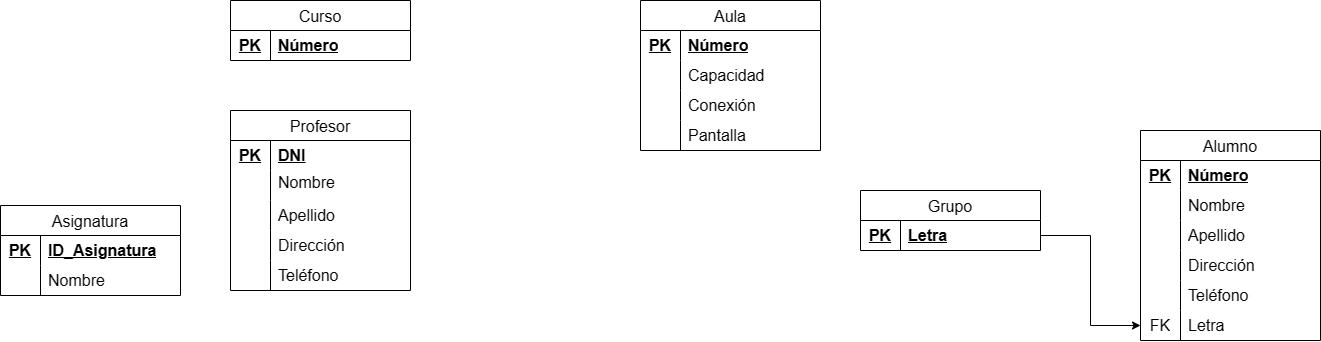
Before: modelo-relacional/modelo_relacional_evaluable2.drawio.png, a diagram exported from draw.io (JesusLugo2002/BAE). Source tidied: cells renumbered, new cells last; positions are measured from the earlier drawing's top-left corner, leaving out a move shared by most shapes.
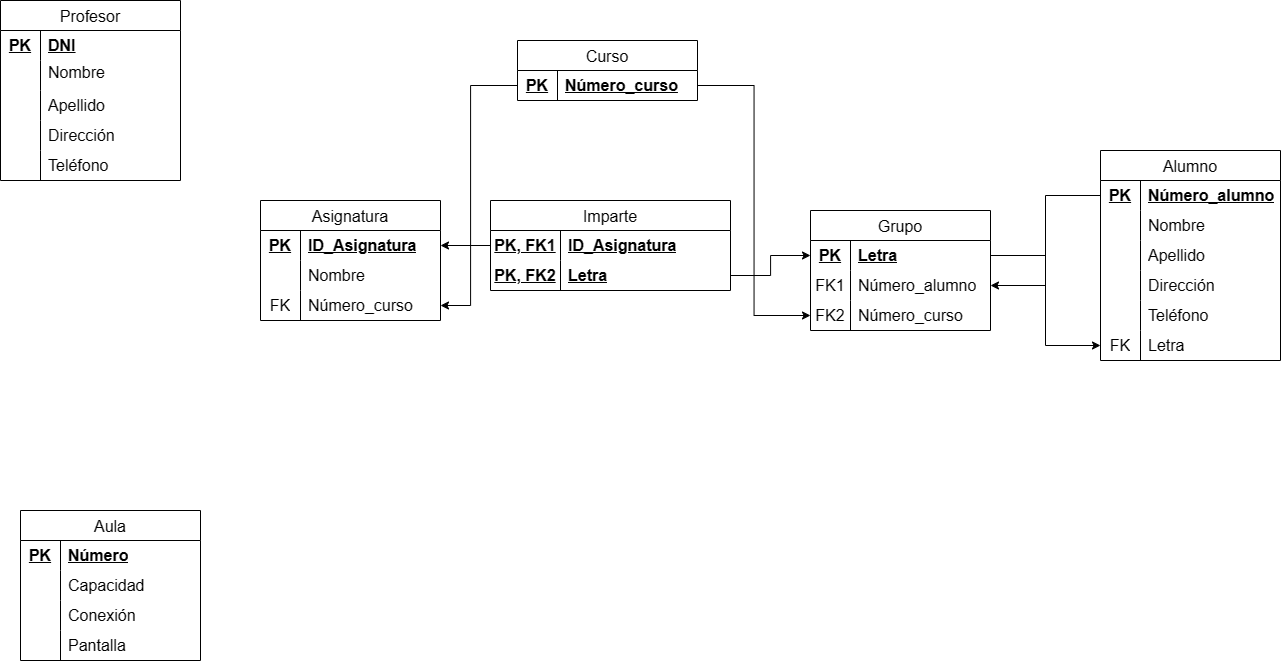
The same file after the commit.

What changed in the source:
```diff
@@ -3,7 +3,7 @@
     <mxCell id="0" />
     <mxCell id="1" parent="0" />
     <mxCell id="2" value="Curso" style="shape=table;startSize=30;rowLines=0;fontStyle=0;strokeColor=default;fontSize=16;" parent="1" vertex="1">
-      <mxGeometry x="230" width="180" height="60" as="geometry" />
+      <mxGeometry x="557" y="20" width="180" height="60" as="geometry" />
     </mxCell>
     <mxCell id="3" style="shape=tableRow;horizontal=0;startSize=0;swimlaneHead=0;swimlaneBody=0;top=0;left=0;bottom=0;right=0;fillColor=none;points=[[0,0.5],[1,0.5]];portConstraint=eastwest;strokeColor=inherit;fontSize=16;" parent="2" vertex="1">
       <mxGeometry y="30" width="180" height="30" as="geometry" />
@@ -11,11 +11,11 @@
     <mxCell id="4" value="PK&lt;span style=&quot;white-space: pre;&quot;&gt;&#9;&lt;/span&gt;" style="shape=partialRectangle;html=1;whiteSpace=wrap;fillColor=none;top=0;left=0;bottom=0;right=0;overflow=hidden;strokeColor=inherit;fontSize=16;fontStyle=5;" parent="3" vertex="1">
       <mxGeometry width="40" height="30" as="geometry" />
     </mxCell>
-    <mxCell id="5" value="Número" style="shape=partialRectangle;html=1;whiteSpace=wrap;fillColor=none;top=0;left=0;bottom=0;right=0;align=left;spacingLeft=6;overflow=hidden;strokeColor=inherit;fontSize=16;fontStyle=5;" parent="3" vertex="1">
+    <mxCell id="5" value="Número_curso" style="shape=partialRectangle;html=1;whiteSpace=wrap;fillColor=none;top=0;left=0;bottom=0;right=0;align=left;spacingLeft=6;overflow=hidden;strokeColor=inherit;fontSize=16;fontStyle=5;" parent="3" vertex="1">
       <mxGeometry x="40" width="140" height="30" as="geometry" />
     </mxCell>
     <mxCell id="6" value="Asignatura" style="shape=table;startSize=30;rowLines=0;fontStyle=0;strokeColor=default;fontSize=16;" parent="1" vertex="1">
-      <mxGeometry y="205" width="180" height="90" as="geometry" />
+      <mxGeometry x="300" y="180" width="180" height="120" as="geometry" />
     </mxCell>
     <mxCell id="7" style="shape=tableRow;horizontal=0;startSize=0;swimlaneHead=0;swimlaneBody=0;top=0;left=0;bottom=0;right=0;fillColor=none;points=[[0,0.5],[1,0.5]];portConstraint=eastwest;strokeColor=inherit;fontSize=16;" parent="6" vertex="1">
       <mxGeometry y="30" width="180" height="30" as="geometry" />
@@ -35,8 +35,17 @@
     <mxCell id="12" value="Nombre" style="shape=partialRectangle;html=1;whiteSpace=wrap;fillColor=none;top=0;left=0;bottom=0;right=0;align=left;spacingLeft=6;overflow=hidden;strokeColor=inherit;fontSize=16;" parent="10" vertex="1">
       <mxGeometry x="40" width="140" height="30" as="geometry" />
     </mxCell>
+    <mxCell id="66" style="shape=tableRow;horizontal=0;startSize=0;swimlaneHead=0;swimlaneBody=0;top=0;left=0;bottom=0;right=0;fillColor=none;points=[[0,0.5],[1,0.5]];portConstraint=eastwest;strokeColor=inherit;fontSize=16;" parent="6" vertex="1">
+      <mxGeometry y="90" width="180" height="30" as="geometry" />
+    </mxCell>
+    <mxCell id="67" value="FK" style="shape=partialRectangle;html=1;whiteSpace=wrap;fillColor=none;top=0;left=0;bottom=0;right=0;overflow=hidden;strokeColor=inherit;fontSize=16;fontStyle=0;" parent="66" vertex="1">
+      <mxGeometry width="40" height="30" as="geometry" />
+    </mxCell>
+    <mxCell id="68" value="Número_curso" style="shape=partialRectangle;html=1;whiteSpace=wrap;fillColor=none;top=0;left=0;bottom=0;right=0;align=left;spacingLeft=6;overflow=hidden;strokeColor=inherit;fontSize=16;" parent="66" vertex="1">
+      <mxGeometry x="40" width="140" height="30" as="geometry" />
+    </mxCell>
     <mxCell id="13" value="Profesor" style="shape=table;startSize=30;rowLines=0;fontStyle=0;strokeColor=default;fontSize=16;" parent="1" vertex="1">
-      <mxGeometry x="230" y="110" width="180" height="180" as="geometry" />
+      <mxGeometry x="40" y="-20" width="180" height="180" as="geometry" />
     </mxCell>
     <mxCell id="14" style="shape=tableRow;horizontal=0;startSize=0;swimlaneHead=0;swimlaneBody=0;top=0;left=0;bottom=0;right=0;fillColor=none;strokeColor=inherit;fontSize=16;" parent="13" vertex="1">
       <mxGeometry y="30" width="180" height="30" as="geometry" />
@@ -84,7 +93,7 @@
       <mxGeometry x="40" width="140" height="30" as="geometry" />
     </mxCell>
     <mxCell id="29" value="Grupo" style="shape=table;startSize=30;rowLines=0;fontStyle=0;strokeColor=default;fontSize=16;" parent="1" vertex="1">
-      <mxGeometry x="860" y="190" width="180" height="60" as="geometry" />
+      <mxGeometry x="850" y="190" width="180" height="120" as="geometry" />
     </mxCell>
     <mxCell id="30" style="shape=tableRow;horizontal=0;startSize=0;swimlaneHead=0;swimlaneBody=0;top=0;left=0;bottom=0;right=0;fillColor=none;points=[[0,0.5],[1,0.5]];portConstraint=eastwest;strokeColor=inherit;fontSize=16;" parent="29" vertex="1">
       <mxGeometry y="30" width="180" height="30" as="geometry" />
@@ -95,6 +104,24 @@
     <mxCell id="32" value="Letra" style="shape=partialRectangle;html=1;whiteSpace=wrap;fillColor=none;top=0;left=0;bottom=0;right=0;align=left;spacingLeft=6;overflow=hidden;strokeColor=inherit;fontSize=16;fontStyle=5;" parent="30" vertex="1">
       <mxGeometry x="40" width="140" height="30" as="geometry" />
     </mxCell>
+    <mxCell id="69" style="shape=tableRow;horizontal=0;startSize=0;swimlaneHead=0;swimlaneBody=0;top=0;left=0;bottom=0;right=0;fillColor=none;points=[[0,0.5],[1,0.5]];portConstraint=eastwest;strokeColor=inherit;fontSize=16;" parent="29" vertex="1">
+      <mxGeometry y="60" width="180" height="30" as="geometry" />
+    </mxCell>
+    <mxCell id="70" value="FK1" style="shape=partialRectangle;html=1;whiteSpace=wrap;fillColor=none;top=0;left=0;bottom=0;right=0;overflow=hidden;strokeColor=inherit;fontSize=16;fontStyle=0;" parent="69" vertex="1">
+      <mxGeometry width="40" height="30" as="geometry" />
+    </mxCell>
+    <mxCell id="71" value="Número_alumno" style="shape=partialRectangle;html=1;whiteSpace=wrap;fillColor=none;top=0;left=0;bottom=0;right=0;align=left;spacingLeft=6;overflow=hidden;strokeColor=inherit;fontSize=16;fontStyle=0;" parent="69" vertex="1">
+      <mxGeometry x="40" width="140" height="30" as="geometry" />
+    </mxCell>
+    <mxCell id="72" style="shape=tableRow;horizontal=0;startSize=0;swimlaneHead=0;swimlaneBody=0;top=0;left=0;bottom=0;right=0;fillColor=none;points=[[0,0.5],[1,0.5]];portConstraint=eastwest;strokeColor=inherit;fontSize=16;" parent="29" vertex="1">
+      <mxGeometry y="90" width="180" height="30" as="geometry" />
+    </mxCell>
+    <mxCell id="73" value="FK2" style="shape=partialRectangle;html=1;whiteSpace=wrap;fillColor=none;top=0;left=0;bottom=0;right=0;overflow=hidden;strokeColor=inherit;fontSize=16;fontStyle=0;" parent="72" vertex="1">
+      <mxGeometry width="40" height="30" as="geometry" />
+    </mxCell>
+    <mxCell id="74" value="Número_curso" style="shape=partialRectangle;html=1;whiteSpace=wrap;fillColor=none;top=0;left=0;bottom=0;right=0;align=left;spacingLeft=6;overflow=hidden;strokeColor=inherit;fontSize=16;fontStyle=0;" parent="72" vertex="1">
+      <mxGeometry x="40" width="140" height="30" as="geometry" />
+    </mxCell>
     <mxCell id="33" value="Alumno" style="shape=table;startSize=30;rowLines=0;fontStyle=0;strokeColor=default;fontSize=16;" parent="1" vertex="1">
       <mxGeometry x="1140" y="130" width="180" height="210" as="geometry" />
     </mxCell>
@@ -104,7 +131,7 @@
     <mxCell id="35" value="PK&lt;span style=&quot;white-space: pre;&quot;&gt;&#9;&lt;/span&gt;" style="shape=partialRectangle;html=1;whiteSpace=wrap;fillColor=none;top=0;left=0;bottom=0;right=0;overflow=hidden;strokeColor=inherit;fontSize=16;fontStyle=5;" parent="34" vertex="1">
       <mxGeometry width="40" height="30" as="geometry" />
     </mxCell>
-    <mxCell id="36" value="Número" style="shape=partialRectangle;html=1;whiteSpace=wrap;fillColor=none;top=0;left=0;bottom=0;right=0;align=left;spacingLeft=6;overflow=hidden;strokeColor=inherit;fontSize=16;fontStyle=5;" parent="34" vertex="1">
+    <mxCell id="36" value="Número_alumno" style="shape=partialRectangle;html=1;whiteSpace=wrap;fillColor=none;top=0;left=0;bottom=0;right=0;align=left;spacingLeft=6;overflow=hidden;strokeColor=inherit;fontSize=16;fontStyle=5;" parent="34" vertex="1">
       <mxGeometry x="40" width="140" height="30" as="geometry" />
     </mxCell>
     <mxCell id="37" style="shape=tableRow;horizontal=0;startSize=0;swimlaneHead=0;swimlaneBody=0;top=0;left=0;bottom=0;right=0;fillColor=none;strokeColor=inherit;fontSize=16;" parent="33" vertex="1">
@@ -153,7 +180,7 @@
       <mxGeometry x="40" width="140" height="30" as="geometry" />
     </mxCell>
     <mxCell id="52" value="Aula" style="shape=table;startSize=30;rowLines=0;fontStyle=0;strokeColor=default;fontSize=16;" parent="1" vertex="1">
-      <mxGeometry x="640" width="180" height="150" as="geometry" />
+      <mxGeometry x="60" y="490" width="180" height="150" as="geometry" />
     </mxCell>
     <mxCell id="53" style="shape=tableRow;horizontal=0;startSize=0;swimlaneHead=0;swimlaneBody=0;top=0;left=0;bottom=0;right=0;fillColor=none;strokeColor=inherit;fontSize=16;" parent="52" vertex="1">
       <mxGeometry y="30" width="180" height="30" as="geometry" />
@@ -194,5 +221,46 @@
     <mxCell id="65" style="edgeStyle=orthogonalEdgeStyle;rounded=0;jettySize=auto;html=1;entryX=0;entryY=0.5;entryDx=0;entryDy=0;" parent="1" edge="1" source="30" target="49">
       <mxGeometry relative="1" as="geometry" />
     </mxCell>
+    <mxCell id="75" style="edgeStyle=orthogonalEdgeStyle;rounded=0;jettySize=auto;html=1;entryX=1;entryY=0.5;entryDx=0;entryDy=0;" parent="1" edge="1" source="34" target="69">
+      <mxGeometry relative="1" as="geometry" />
+    </mxCell>
+    <mxCell id="76" style="edgeStyle=orthogonalEdgeStyle;rounded=0;jettySize=auto;html=1;entryX=0;entryY=0.5;entryDx=0;entryDy=0;" parent="1" edge="1" source="3" target="72">
+      <mxGeometry relative="1" as="geometry" />
+    </mxCell>
+    <mxCell id="77" style="edgeStyle=orthogonalEdgeStyle;rounded=0;jettySize=auto;html=1;entryX=1;entryY=0.5;entryDx=0;entryDy=0;exitX=0;exitY=0.5;exitDx=0;exitDy=0;" parent="1" edge="1" source="79" target="7">
+      <mxGeometry relative="1" as="geometry" />
+    </mxCell>
+    <mxCell id="78" value="Imparte" style="shape=table;startSize=30;rowLines=0;fontStyle=0;strokeColor=default;fontSize=16;" parent="1" vertex="1">
+      <mxGeometry x="530" y="180" width="240" height="90" as="geometry" />
+    </mxCell>
+    <mxCell id="79" style="shape=tableRow;horizontal=0;startSize=0;swimlaneHead=0;swimlaneBody=0;top=0;left=0;bottom=0;right=0;fillColor=none;points=[[0,0.5],[1,0.5]];portConstraint=eastwest;strokeColor=inherit;fontSize=16;" parent="78" vertex="1">
+      <mxGeometry y="30" width="240" height="30" as="geometry" />
+    </mxCell>
+    <mxCell id="80" value="PK, FK1" style="shape=partialRectangle;html=1;whiteSpace=wrap;fillColor=none;top=0;left=0;bottom=0;right=0;overflow=hidden;strokeColor=inherit;fontSize=16;fontStyle=5;" parent="79" vertex="1">
+      <mxGeometry width="70" height="30" as="geometry" />
+    </mxCell>
+    <mxCell id="81" value="ID_Asignatura" style="shape=partialRectangle;html=1;whiteSpace=wrap;fillColor=none;top=0;left=0;bottom=0;right=0;align=left;spacingLeft=6;overflow=hidden;strokeColor=inherit;fontSize=16;fontStyle=5;" parent="79" vertex="1">
+      <mxGeometry x="70" width="170" height="30" as="geometry" />
+    </mxCell>
+    <mxCell id="82" style="shape=tableRow;horizontal=0;startSize=0;swimlaneHead=0;swimlaneBody=0;top=0;left=0;bottom=0;right=0;fillColor=none;points=[[0,0.5],[1,0.5]];portConstraint=eastwest;strokeColor=inherit;fontSize=16;" parent="78" vertex="1">
+      <mxGeometry y="60" width="240" height="30" as="geometry" />
+    </mxCell>
+    <mxCell id="83" value="PK, FK2" style="shape=partialRectangle;html=1;whiteSpace=wrap;fillColor=none;top=0;left=0;bottom=0;right=0;overflow=hidden;strokeColor=inherit;fontSize=16;fontStyle=5;" parent="82" vertex="1">
+      <mxGeometry width="70" height="30" as="geometry" />
+    </mxCell>
+    <mxCell id="84" value="Letra" style="shape=partialRectangle;html=1;whiteSpace=wrap;fillColor=none;top=0;left=0;bottom=0;right=0;align=left;spacingLeft=6;overflow=hidden;strokeColor=inherit;fontSize=16;fontStyle=5;" parent="82" vertex="1">
+      <mxGeometry x="70" width="170" height="30" as="geometry" />
+    </mxCell>
+    <mxCell id="85" style="edgeStyle=orthogonalEdgeStyle;rounded=0;jettySize=auto;html=1;entryX=0;entryY=0.5;entryDx=0;entryDy=0;" parent="1" edge="1" source="82" target="30">
+      <mxGeometry relative="1" as="geometry" />
+    </mxCell>
+    <mxCell id="86" style="edgeStyle=orthogonalEdgeStyle;rounded=0;jettySize=auto;html=1;entryX=1;entryY=0.5;entryDx=0;entryDy=0;" parent="1" edge="1" source="3" target="66">
+      <mxGeometry relative="1" as="geometry">
+        <Array as="points">
+          <mxPoint x="510" y="65" />
+          <mxPoint x="510" y="285" />
+        </Array>
+      </mxGeometry>
+    </mxCell>
   </root>
 </mxGraphModel>
```
